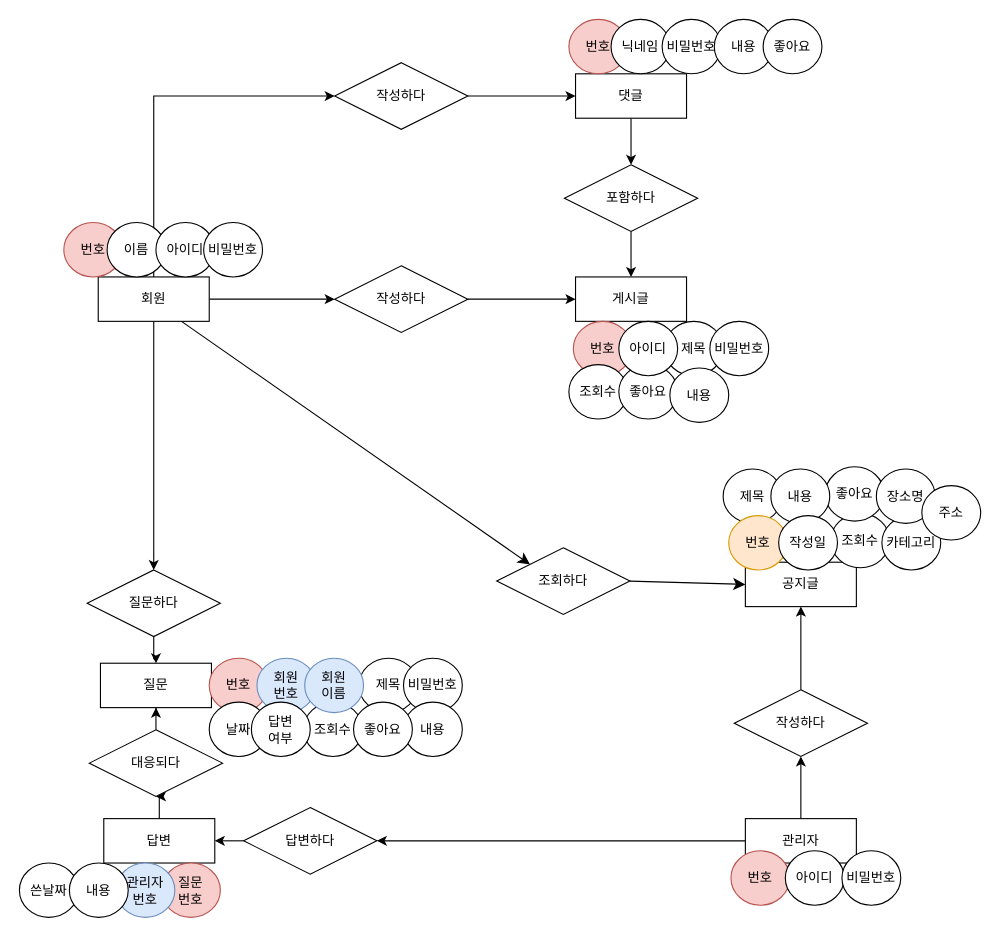
This is 2조_홀로데이_EDR.drawio from 2023240298-ctrl/semi-project-holoday, a draw.io file, before an edit. Source tidied: cells renumbered, new cells numbered last; positions are measured from the earlier drawing's top-left corner, leaving out a move shared by most shapes. Both pictures are drawn from the tidied source at 111%, with x=0, y=0 at pixel (19, 19).
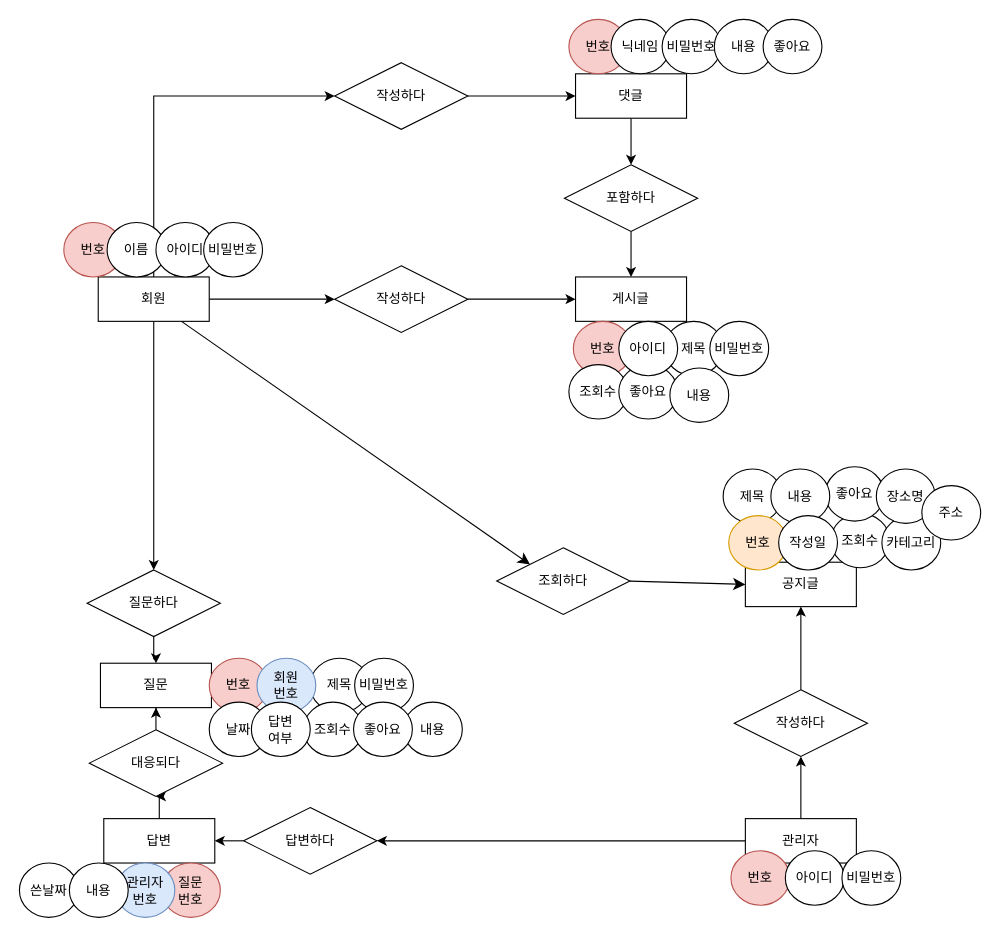
The same diagram, later.

Commit message:
2조_홀로데이_EDR.drawio 업데이트

The edit, as a diff of the source:
```diff
@@
     <mxCell id="24" value="제목" style="ellipse;whiteSpace=wrap;html=1;align=center;" parent="1" vertex="1">
-      <mxGeometry x="306" y="575.5" width="53" height="49" as="geometry" />
+      <mxGeometry x="262" y="575.5" width="53" height="49" as="geometry" />
     </mxCell>
@@
     <mxCell id="26" value="비밀번호" style="ellipse;whiteSpace=wrap;html=1;align=center;" parent="1" vertex="1">
-      <mxGeometry x="346" y="575.5" width="53" height="49" as="geometry" />
+      <mxGeometry x="302" y="575.5" width="53" height="49" as="geometry" />
     </mxCell>
@@
-    <mxCell id="37" value="회원&lt;div&gt;이름&lt;/div&gt;" style="ellipse;whiteSpace=wrap;html=1;align=center;fillColor=#dae8fc;strokeColor=#6c8ebf;" parent="1" vertex="1">
-      <mxGeometry x="257" y="575.5" width="53" height="49" as="geometry" />
-    </mxCell>
```
